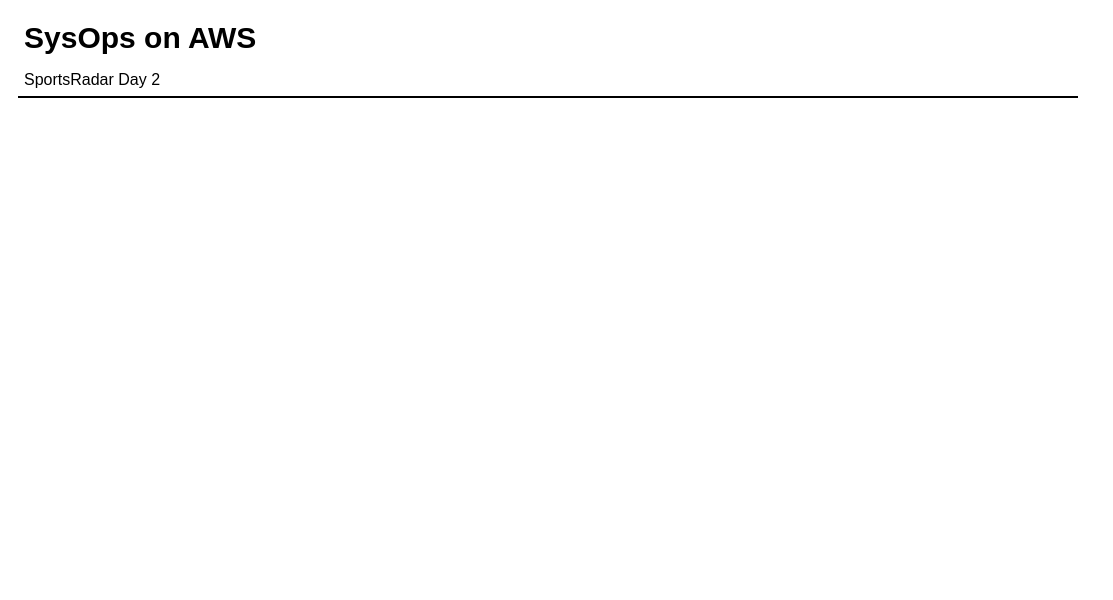
taupoali/awsdiagrams keeps this draw.io diagram as page "Copy of Copy of Copy of Page-2" (5 of 5) of sportradar-d2.drawio. Above is the earlier version. Source tidied: cells renumbered, new cells numbered last; positions are measured from the earlier drawing's top-left corner, leaving out a move shared by most shapes. Both pictures are drawn from the tidied source at 100%, with x=0, y=0 at pixel (17, 16).
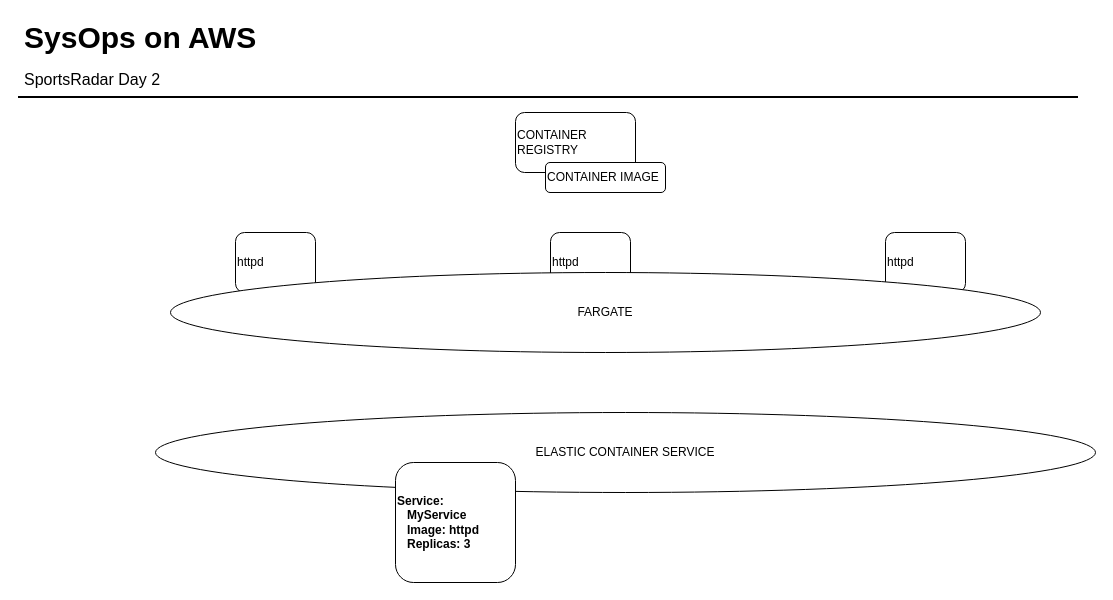
After the change.

Change to the diagram source:
```diff
@@
 <mxGraphModel>
   <root>
     <mxCell id="0" />
     <mxCell id="1" parent="0" />
+    <mxCell id="5" value="ELASTIC CONTAINER SERVICE" style="ellipse;whiteSpace=wrap;html=1;" parent="1" vertex="1">
+      <mxGeometry x="138" y="396" width="940" height="80" as="geometry" />
+    </mxCell>
     <mxCell id="2" value="SysOps on AWS" style="text;html=1;align=left;verticalAlign=top;spacingTop=-4;fontSize=30;fontStyle=1;" parent="1" vertex="1">
       <mxGeometry x="4.5" y="0.5" width="250" height="40" as="geometry" />
     </mxCell>
     <mxCell id="3" value="SportsRadar Day 2" style="text;html=1;align=left;verticalAlign=top;spacingTop=-4;fontSize=16;" parent="1" vertex="1">
       <mxGeometry x="4.5" y="50.5" width="150" height="20" as="geometry" />
     </mxCell>
     <mxCell id="4" style="line;strokeWidth=2;html=1;fontSize=14;" parent="1" vertex="1">
       <mxGeometry x="0.5" y="75.5" width="1060" height="10" as="geometry" />
     </mxCell>
+    <mxCell id="6" value="CONTAINER REGISTRY" style="rounded=1;whiteSpace=wrap;html=1;align=left;" parent="1" vertex="1">
+      <mxGeometry x="498" y="96" width="120" height="60" as="geometry" />
+    </mxCell>
+    <mxCell id="7" value="CONTAINER IMAGE" style="rounded=1;whiteSpace=wrap;html=1;align=left;" parent="1" vertex="1">
+      <mxGeometry x="528" y="146" width="120" height="30" as="geometry" />
+    </mxCell>
+    <mxCell id="8" value="httpd" style="rounded=1;whiteSpace=wrap;html=1;align=left;" parent="1" vertex="1">
+      <mxGeometry x="218" y="216" width="80" height="60" as="geometry" />
+    </mxCell>
+    <mxCell id="9" value="httpd" style="rounded=1;whiteSpace=wrap;html=1;align=left;" parent="1" vertex="1">
+      <mxGeometry x="533" y="216" width="80" height="60" as="geometry" />
+    </mxCell>
+    <mxCell id="10" value="Service:&lt;br&gt;&amp;nbsp; &amp;nbsp;MyService&lt;br&gt;&amp;nbsp; &amp;nbsp;Image: httpd&lt;br&gt;&amp;nbsp; &amp;nbsp;Replicas: 3" style="rounded=1;whiteSpace=wrap;html=1;align=left;fontStyle=1;" parent="1" vertex="1">
+      <mxGeometry x="378" y="446" width="120" height="120" as="geometry" />
+    </mxCell>
+    <mxCell id="11" value="httpd" style="rounded=1;whiteSpace=wrap;html=1;align=left;" parent="1" vertex="1">
+      <mxGeometry x="868" y="216" width="80" height="60" as="geometry" />
+    </mxCell>
+    <mxCell id="12" value="FARGATE" style="ellipse;whiteSpace=wrap;html=1;" parent="1" vertex="1">
+      <mxGeometry x="153" y="256" width="870" height="80" as="geometry" />
+    </mxCell>
   </root>
 </mxGraphModel>
```
